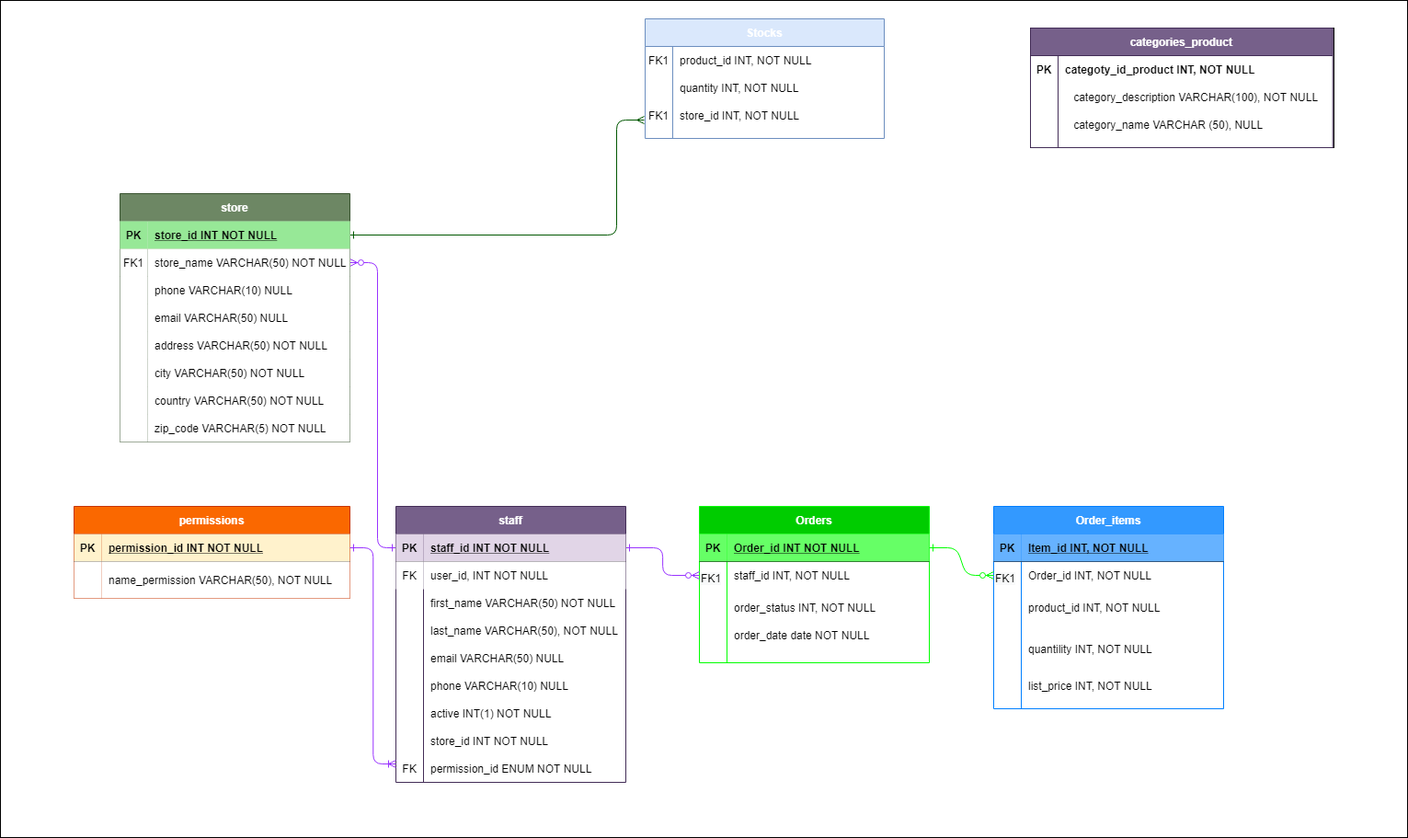
Before: RestaSoft Diagram.png, a diagram exported from draw.io (RestaSoft/ERM-RestaSoft). Source tidied: cells renumbered, new cells last; positions are measured from the earlier drawing's top-left corner, leaving out a move shared by most shapes.
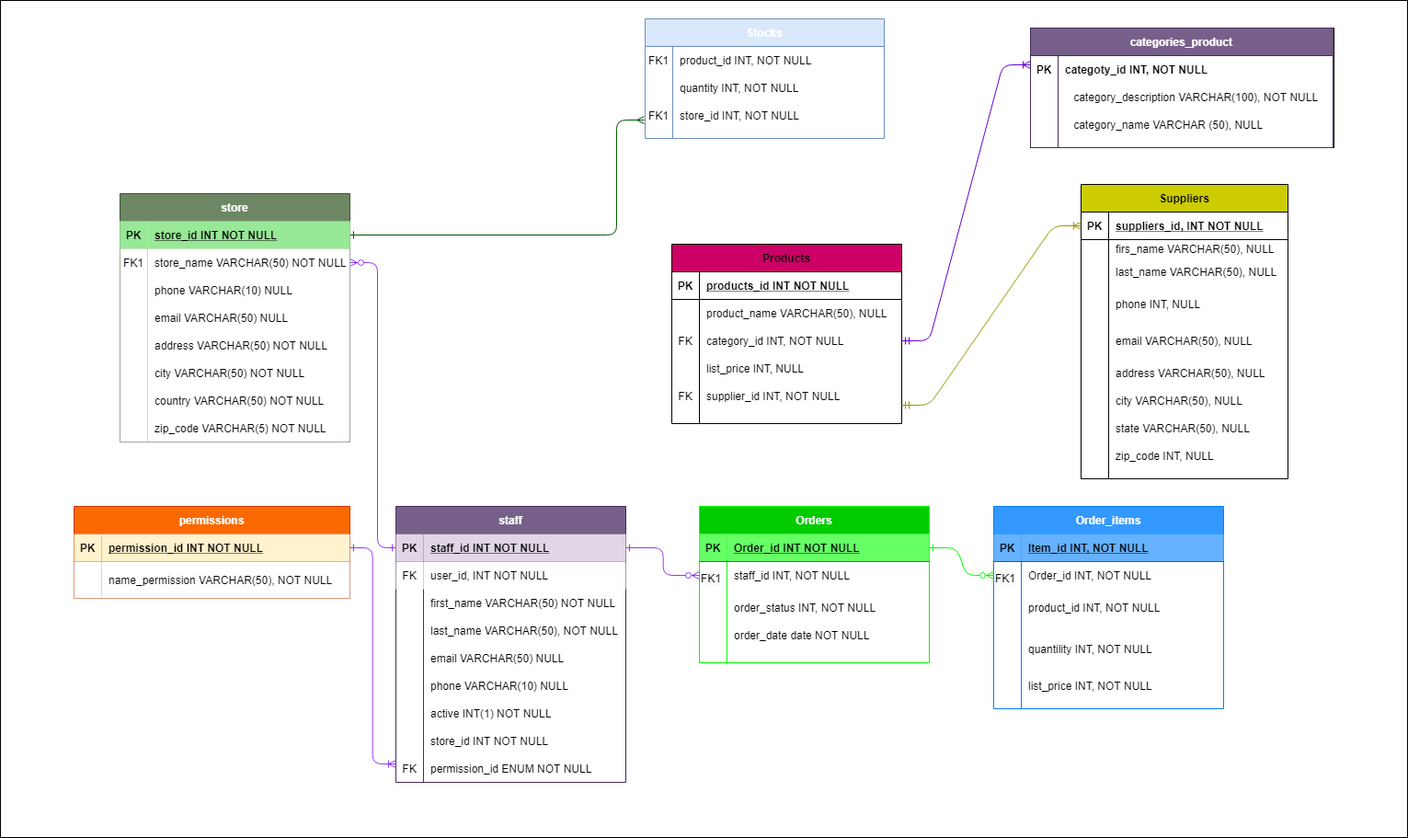
The same diagram one commit later.

Change to the diagram source:
```diff
@@ -81,7 +81,7 @@
     <mxCell id="26" style="edgeStyle=elbowEdgeStyle;endArrow=ERzeroToMany;startArrow=ERone;endFill=1;startFill=0;fillColor=#76608a;exitX=1;exitY=0.5;exitDx=0;exitDy=0;entryX=0;entryY=0.25;entryDx=0;entryDy=0;strokeColor=#9933FF;" parent="1" edge="1" source="94" target="25">
       <mxGeometry relative="1" as="geometry" />
     </mxCell>
-    <mxCell id="27" style="group;" parent="1" vertex="1">
+    <mxCell id="27" style="group;rotation=90;" parent="1" vertex="1">
       <mxGeometry x="1080" y="550" width="250" height="220" as="geometry" />
     </mxCell>
     <mxCell id="28" value="Order_items" style="shape=table;startSize=30;rowLines=0;fontStyle=1;align=center;fontColor=#ffffff;fillColor=#3399FF;strokeColor=#007FFF;" parent="27" vertex="1">
@@ -186,7 +186,7 @@
     <mxCell id="59" value="PK" style="shape=partialRectangle;overflow=hidden;fillColor=none;top=0;left=0;bottom=0;right=0;fontStyle=1;" parent="58" vertex="1">
       <mxGeometry width="30" height="30" as="geometry" />
     </mxCell>
-    <mxCell id="60" value="categoty_id_product INT, NOT NULL" style="shape=partialRectangle;overflow=hidden;top=0;left=0;bottom=0;right=0;align=left;spacingLeft=6;fontStyle=1;fillColor=none;" parent="58" vertex="1">
+    <mxCell id="60" value="categoty_id INT, NOT NULL" style="shape=partialRectangle;overflow=hidden;top=0;left=0;bottom=0;right=0;align=left;spacingLeft=6;fontStyle=1;fillColor=none;" parent="58" vertex="1">
       <mxGeometry x="30" width="298.7" height="30" as="geometry" />
     </mxCell>
     <mxCell id="61" style="shape=partialRectangle;fillColor=none;top=0;left=0;right=0;bottom=0;" parent="57" vertex="1">
@@ -311,5 +311,147 @@
         <mxPoint x="430" y="830" as="targetPoint" />
       </mxGeometry>
     </mxCell>
+    <mxCell id="101" value="Products" style="shape=table;startSize=30;rowLines=0;fontStyle=1;align=center;fillColor=#CC0066;" parent="1" vertex="1">
+      <mxGeometry x="730" y="265" width="250" height="195" as="geometry" />
+    </mxCell>
+    <mxCell id="102" style="shape=partialRectangle;fillColor=none;top=0;left=0;bottom=1;right=0;" parent="101" vertex="1">
+      <mxGeometry y="30" width="250" height="30" as="geometry" />
+    </mxCell>
+    <mxCell id="103" value="PK" style="shape=partialRectangle;fillColor=none;top=0;left=0;bottom=0;right=0;fontStyle=1;overflow=hidden;" parent="102" vertex="1">
+      <mxGeometry width="30" height="30" as="geometry" />
+    </mxCell>
+    <mxCell id="104" value="products_id INT NOT NULL" style="shape=partialRectangle;fillColor=none;top=0;left=0;bottom=0;right=0;align=left;spacingLeft=6;fontStyle=5;overflow=hidden;" parent="102" vertex="1">
+      <mxGeometry x="30" width="220" height="30" as="geometry" />
+    </mxCell>
+    <mxCell id="105" style="shape=partialRectangle;fillColor=none;top=0;left=0;bottom=0;right=0;" parent="101" vertex="1">
+      <mxGeometry y="60" width="250" height="30" as="geometry" />
+    </mxCell>
+    <mxCell id="106" style="shape=partialRectangle;fillColor=none;top=0;left=0;bottom=0;right=0;overflow=hidden;" parent="105" vertex="1">
+      <mxGeometry width="30" height="30" as="geometry" />
+    </mxCell>
+    <mxCell id="107" value="product_name VARCHAR(50), NULL" style="shape=partialRectangle;fillColor=none;top=0;left=0;bottom=0;right=0;align=left;spacingLeft=6;overflow=hidden;" parent="105" vertex="1">
+      <mxGeometry x="30" width="220" height="30" as="geometry" />
+    </mxCell>
+    <mxCell id="108" style="shape=partialRectangle;fillColor=none;top=0;left=0;bottom=0;right=0;points=[[0,0.5],[1,0.5]];portConstraint=eastwest;" parent="101" vertex="1">
+      <mxGeometry y="90" width="250" height="30" as="geometry" />
+    </mxCell>
+    <mxCell id="109" value="FK" style="shape=partialRectangle;fillColor=none;top=0;left=0;bottom=0;right=0;overflow=hidden;" parent="108" vertex="1">
+      <mxGeometry width="30" height="30" as="geometry" />
+    </mxCell>
+    <mxCell id="110" value="category_id INT, NOT NULL" style="shape=partialRectangle;fillColor=none;top=0;left=0;bottom=0;right=0;align=left;spacingLeft=6;overflow=hidden;" parent="108" vertex="1">
+      <mxGeometry x="30" width="220" height="30" as="geometry" />
+    </mxCell>
+    <mxCell id="111" style="shape=partialRectangle;fillColor=none;top=0;left=0;bottom=0;right=0;" parent="101" vertex="1">
+      <mxGeometry y="120" width="250" height="30" as="geometry" />
+    </mxCell>
+    <mxCell id="112" style="shape=partialRectangle;fillColor=none;top=0;left=0;bottom=0;right=0;overflow=hidden;" parent="111" vertex="1">
+      <mxGeometry width="30" height="30" as="geometry" />
+    </mxCell>
+    <mxCell id="113" value="list_price INT, NULL" style="shape=partialRectangle;fillColor=none;top=0;left=0;bottom=0;right=0;align=left;spacingLeft=6;overflow=hidden;" parent="111" vertex="1">
+      <mxGeometry x="30" width="220" height="30" as="geometry" />
+    </mxCell>
+    <mxCell id="114" style="shape=partialRectangle;fillColor=none;top=0;left=0;bottom=0;right=0;" parent="101" vertex="1">
+      <mxGeometry y="150" width="250" height="30" as="geometry" />
+    </mxCell>
+    <mxCell id="115" value="FK" style="shape=partialRectangle;fillColor=none;top=0;left=0;bottom=0;right=0;overflow=hidden;" parent="114" vertex="1">
+      <mxGeometry width="30" height="30" as="geometry" />
+    </mxCell>
+    <mxCell id="116" value="supplier_id INT, NOT NULL" style="shape=partialRectangle;fillColor=none;top=0;left=0;bottom=0;right=0;align=left;spacingLeft=6;overflow=hidden;" parent="114" vertex="1">
+      <mxGeometry x="30" width="220" height="30" as="geometry" />
+    </mxCell>
+    <mxCell id="117" value="Suppliers" style="shape=table;startSize=30;rowLines=0;fontStyle=1;align=center;fillColor=#CCCC00;" parent="1" vertex="1">
+      <mxGeometry x="1175" y="200" width="225" height="320" as="geometry" />
+    </mxCell>
+    <mxCell id="118" style="shape=partialRectangle;fillColor=none;top=0;left=0;bottom=1;right=0;points=[[0,0.5],[1,0.5]];portConstraint=eastwest;" parent="117" vertex="1">
+      <mxGeometry y="30" width="225" height="30" as="geometry" />
+    </mxCell>
+    <mxCell id="119" value="PK" style="shape=partialRectangle;fillColor=none;top=0;left=0;bottom=0;right=0;fontStyle=1;overflow=hidden;" parent="118" vertex="1">
+      <mxGeometry width="30" height="30" as="geometry" />
+    </mxCell>
+    <mxCell id="120" value="suppliers_id, INT NOT NULL" style="shape=partialRectangle;fillColor=none;top=0;left=0;bottom=0;right=0;align=left;spacingLeft=6;fontStyle=5;overflow=hidden;" parent="118" vertex="1">
+      <mxGeometry x="30" width="195" height="30" as="geometry" />
+    </mxCell>
+    <mxCell id="121" style="shape=partialRectangle;fillColor=none;top=0;left=0;bottom=0;right=0;" parent="117" vertex="1">
+      <mxGeometry y="60" width="225" height="20" as="geometry" />
+    </mxCell>
+    <mxCell id="122" style="shape=partialRectangle;fillColor=none;top=0;left=0;bottom=0;right=0;overflow=hidden;" parent="121" vertex="1">
+      <mxGeometry width="30" height="20" as="geometry" />
+    </mxCell>
+    <mxCell id="123" value="firs_name VARCHAR(50), NULL" style="shape=partialRectangle;fillColor=none;top=0;left=0;bottom=0;right=0;align=left;spacingLeft=6;overflow=hidden;" parent="121" vertex="1">
+      <mxGeometry x="30" width="195" height="20" as="geometry" />
+    </mxCell>
+    <mxCell id="124" style="shape=partialRectangle;fillColor=none;top=0;left=0;bottom=0;right=0;" parent="117" vertex="1">
+      <mxGeometry y="80" width="225" height="30" as="geometry" />
+    </mxCell>
+    <mxCell id="125" style="shape=partialRectangle;fillColor=none;top=0;left=0;bottom=0;right=0;overflow=hidden;" parent="124" vertex="1">
+      <mxGeometry width="30" height="30" as="geometry" />
+    </mxCell>
+    <mxCell id="126" value="last_name VARCHAR(50), NULL" style="shape=partialRectangle;fillColor=none;top=0;left=0;bottom=0;right=0;align=left;spacingLeft=6;overflow=hidden;" parent="124" vertex="1">
+      <mxGeometry x="30" width="195" height="30" as="geometry" />
+    </mxCell>
+    <mxCell id="127" style="shape=partialRectangle;fillColor=none;top=0;left=0;bottom=0;right=0;" parent="117" vertex="1">
+      <mxGeometry y="110" width="225" height="40" as="geometry" />
+    </mxCell>
+    <mxCell id="128" style="shape=partialRectangle;fillColor=none;top=0;left=0;bottom=0;right=0;overflow=hidden;" parent="127" vertex="1">
+      <mxGeometry width="30" height="40" as="geometry" />
+    </mxCell>
+    <mxCell id="129" value="phone INT, NULL" style="shape=partialRectangle;fillColor=none;top=0;left=0;bottom=0;right=0;align=left;spacingLeft=6;overflow=hidden;" parent="127" vertex="1">
+      <mxGeometry x="30" width="195" height="40" as="geometry" />
+    </mxCell>
+    <mxCell id="130" style="shape=partialRectangle;fillColor=none;top=0;left=0;bottom=0;right=0;" parent="117" vertex="1">
+      <mxGeometry y="150" width="225" height="40" as="geometry" />
+    </mxCell>
+    <mxCell id="131" style="shape=partialRectangle;fillColor=none;top=0;left=0;bottom=0;right=0;overflow=hidden;" parent="130" vertex="1">
+      <mxGeometry width="30" height="40" as="geometry" />
+    </mxCell>
+    <mxCell id="132" value="email VARCHAR(50), NULL" style="shape=partialRectangle;fillColor=none;top=0;left=0;bottom=0;right=0;align=left;spacingLeft=6;overflow=hidden;" parent="130" vertex="1">
+      <mxGeometry x="30" width="195" height="40" as="geometry" />
+    </mxCell>
+    <mxCell id="133" style="shape=partialRectangle;fillColor=none;top=0;left=0;bottom=0;right=0;" parent="117" vertex="1">
+      <mxGeometry y="190" width="225" height="30" as="geometry" />
+    </mxCell>
+    <mxCell id="134" style="shape=partialRectangle;fillColor=none;top=0;left=0;bottom=0;right=0;overflow=hidden;" parent="133" vertex="1">
+      <mxGeometry width="30" height="30" as="geometry" />
+    </mxCell>
+    <mxCell id="135" value="address VARCHAR(50), NULL" style="shape=partialRectangle;fillColor=none;top=0;left=0;bottom=0;right=0;align=left;spacingLeft=6;overflow=hidden;" parent="133" vertex="1">
+      <mxGeometry x="30" width="195" height="30" as="geometry" />
+    </mxCell>
+    <mxCell id="136" style="shape=partialRectangle;fillColor=none;top=0;left=0;bottom=0;right=0;" parent="117" vertex="1">
+      <mxGeometry y="220" width="225" height="30" as="geometry" />
+    </mxCell>
+    <mxCell id="137" style="shape=partialRectangle;fillColor=none;top=0;left=0;bottom=0;right=0;overflow=hidden;" parent="136" vertex="1">
+      <mxGeometry width="30" height="30" as="geometry" />
+    </mxCell>
+    <mxCell id="138" value="city VARCHAR(50), NULL" style="shape=partialRectangle;fillColor=none;top=0;left=0;bottom=0;right=0;align=left;spacingLeft=6;overflow=hidden;" parent="136" vertex="1">
+      <mxGeometry x="30" width="195" height="30" as="geometry" />
+    </mxCell>
+    <mxCell id="139" style="shape=partialRectangle;fillColor=none;top=0;left=0;bottom=0;right=0;" parent="117" vertex="1">
+      <mxGeometry y="250" width="225" height="30" as="geometry" />
+    </mxCell>
+    <mxCell id="140" style="shape=partialRectangle;fillColor=none;top=0;left=0;bottom=0;right=0;overflow=hidden;" parent="139" vertex="1">
+      <mxGeometry width="30" height="30" as="geometry" />
+    </mxCell>
+    <mxCell id="141" value="state VARCHAR(50), NULL" style="shape=partialRectangle;fillColor=none;top=0;left=0;bottom=0;right=0;align=left;spacingLeft=6;overflow=hidden;" parent="139" vertex="1">
+      <mxGeometry x="30" width="195" height="30" as="geometry" />
+    </mxCell>
+    <mxCell id="142" style="shape=partialRectangle;fillColor=none;top=0;left=0;bottom=0;right=0;" parent="117" vertex="1">
+      <mxGeometry y="280" width="225" height="30" as="geometry" />
+    </mxCell>
+    <mxCell id="143" style="shape=partialRectangle;fillColor=none;top=0;left=0;bottom=0;right=0;overflow=hidden;" parent="142" vertex="1">
+      <mxGeometry width="30" height="30" as="geometry" />
+    </mxCell>
+    <mxCell id="144" value="zip_code INT, NULL" style="shape=partialRectangle;fillColor=none;top=0;left=0;bottom=0;right=0;align=left;spacingLeft=6;overflow=hidden;" parent="142" vertex="1">
+      <mxGeometry x="30" width="195" height="30" as="geometry" />
+    </mxCell>
+    <mxCell id="145" style="edgeStyle=entityRelationEdgeStyle;fontSize=12;html=1;endArrow=ERoneToMany;startArrow=ERmandOne;exitX=1;exitY=0.5;exitDx=0;exitDy=0;fillColor=#7F00FF;strokeColor=#6600CC;" parent="1" edge="1" source="108">
+      <mxGeometry relative="1" as="geometry">
+        <mxPoint x="1120" y="70" as="targetPoint" />
+      </mxGeometry>
+    </mxCell>
+    <mxCell id="146" style="edgeStyle=entityRelationEdgeStyle;fontSize=12;html=1;endArrow=ERoneToMany;startArrow=ERmandOne;strokeColor=#999900;fillColor=#7F00FF;entryX=0;entryY=0.5;entryDx=0;entryDy=0;" parent="1" edge="1" target="118">
+      <mxGeometry relative="1" as="geometry">
+        <mxPoint x="980" y="440" as="sourcePoint" />
+      </mxGeometry>
+    </mxCell>
   </root>
 </mxGraphModel>
```
